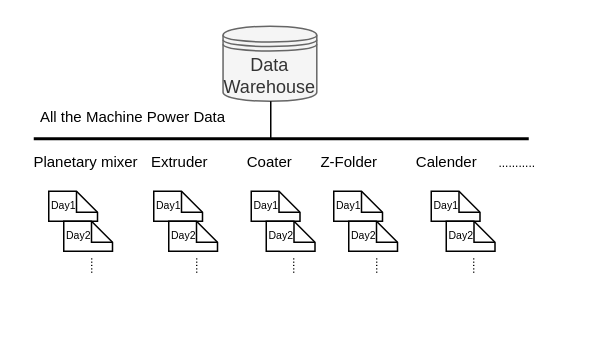
The draw.io diagram data_form.drawio in nimeng95/monika, before the edit. Source tidied: cells renumbered, new cells numbered last; positions are measured from the earlier drawing's top-left corner, leaving out a move shared by most shapes. Both pictures are drawn from the tidied source at 150%, with x=0, y=0 at pixel (26, 26).
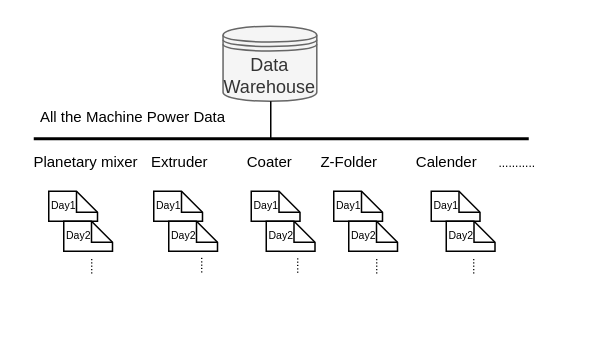
The same diagram, later.

Diff of the diagram source:
```diff
@@
     <mxCell id="13" value="&lt;span style=&quot;font-size: 8px&quot;&gt;.....&lt;/span&gt;" style="text;html=1;strokeColor=none;fillColor=none;align=center;verticalAlign=middle;whiteSpace=wrap;rounded=0;rotation=90;" parent="1" vertex="1">
-      <mxGeometry x="15" y="150" width="65" height="20" as="geometry" />
+      <mxGeometry x="37.5" y="150" width="20" height="20" as="geometry" />
     </mxCell>
@@
-    <mxCell id="23" value="&lt;span style=&quot;font-size: 8px&quot;&gt;.....&lt;/span&gt;" style="text;html=1;strokeColor=none;fillColor=none;align=center;verticalAlign=middle;whiteSpace=wrap;rounded=0;rotation=90;" parent="1" vertex="1">
-      <mxGeometry x="85" y="150" width="65" height="20" as="geometry" />
-    </mxCell>
-    <mxCell id="24" value="&lt;span style=&quot;font-size: 8px&quot;&gt;.....&lt;/span&gt;" style="text;html=1;strokeColor=none;fillColor=none;align=center;verticalAlign=middle;whiteSpace=wrap;rounded=0;rotation=90;" parent="1" vertex="1">
-      <mxGeometry x="150" y="150" width="65" height="20" as="geometry" />
-    </mxCell>
-    <mxCell id="25" value="&lt;span style=&quot;font-size: 8px&quot;&gt;.....&lt;/span&gt;" style="text;html=1;strokeColor=none;fillColor=none;align=center;verticalAlign=middle;whiteSpace=wrap;rounded=0;rotation=90;" parent="1" vertex="1">
-      <mxGeometry x="205" y="150" width="65" height="20" as="geometry" />
-    </mxCell>
-    <mxCell id="26" value="&lt;span style=&quot;font-size: 8px&quot;&gt;.....&lt;/span&gt;" style="text;html=1;strokeColor=none;fillColor=none;align=center;verticalAlign=middle;whiteSpace=wrap;rounded=0;rotation=90;" parent="1" vertex="1">
-      <mxGeometry x="270" y="150" width="65" height="20" as="geometry" />
-    </mxCell>
+    <mxCell id="27" value="&lt;span style=&quot;font-size: 8px&quot;&gt;.....&lt;/span&gt;" style="text;html=1;strokeColor=none;fillColor=none;align=center;verticalAlign=middle;whiteSpace=wrap;rounded=0;rotation=90;" parent="1" vertex="1">
+      <mxGeometry x="111.2" y="150" width="20" height="20" as="geometry" />
+    </mxCell>
+    <mxCell id="28" value="&lt;span style=&quot;font-size: 8px&quot;&gt;.....&lt;/span&gt;" style="text;html=1;strokeColor=none;fillColor=none;align=center;verticalAlign=middle;whiteSpace=wrap;rounded=0;rotation=90;" parent="1" vertex="1">
+      <mxGeometry x="175" y="150" width="20" height="20" as="geometry" />
+    </mxCell>
+    <mxCell id="29" value="&lt;span style=&quot;font-size: 8px&quot;&gt;.....&lt;/span&gt;" style="text;html=1;strokeColor=none;fillColor=none;align=center;verticalAlign=middle;whiteSpace=wrap;rounded=0;rotation=90;" parent="1" vertex="1">
+      <mxGeometry x="227.5" y="150" width="20" height="20" as="geometry" />
+    </mxCell>
+    <mxCell id="30" value="&lt;span style=&quot;font-size: 8px&quot;&gt;.....&lt;/span&gt;" style="text;html=1;strokeColor=none;fillColor=none;align=center;verticalAlign=middle;whiteSpace=wrap;rounded=0;rotation=90;" parent="1" vertex="1">
+      <mxGeometry x="292.5" y="150" width="20" height="20" as="geometry" />
+    </mxCell>
```
